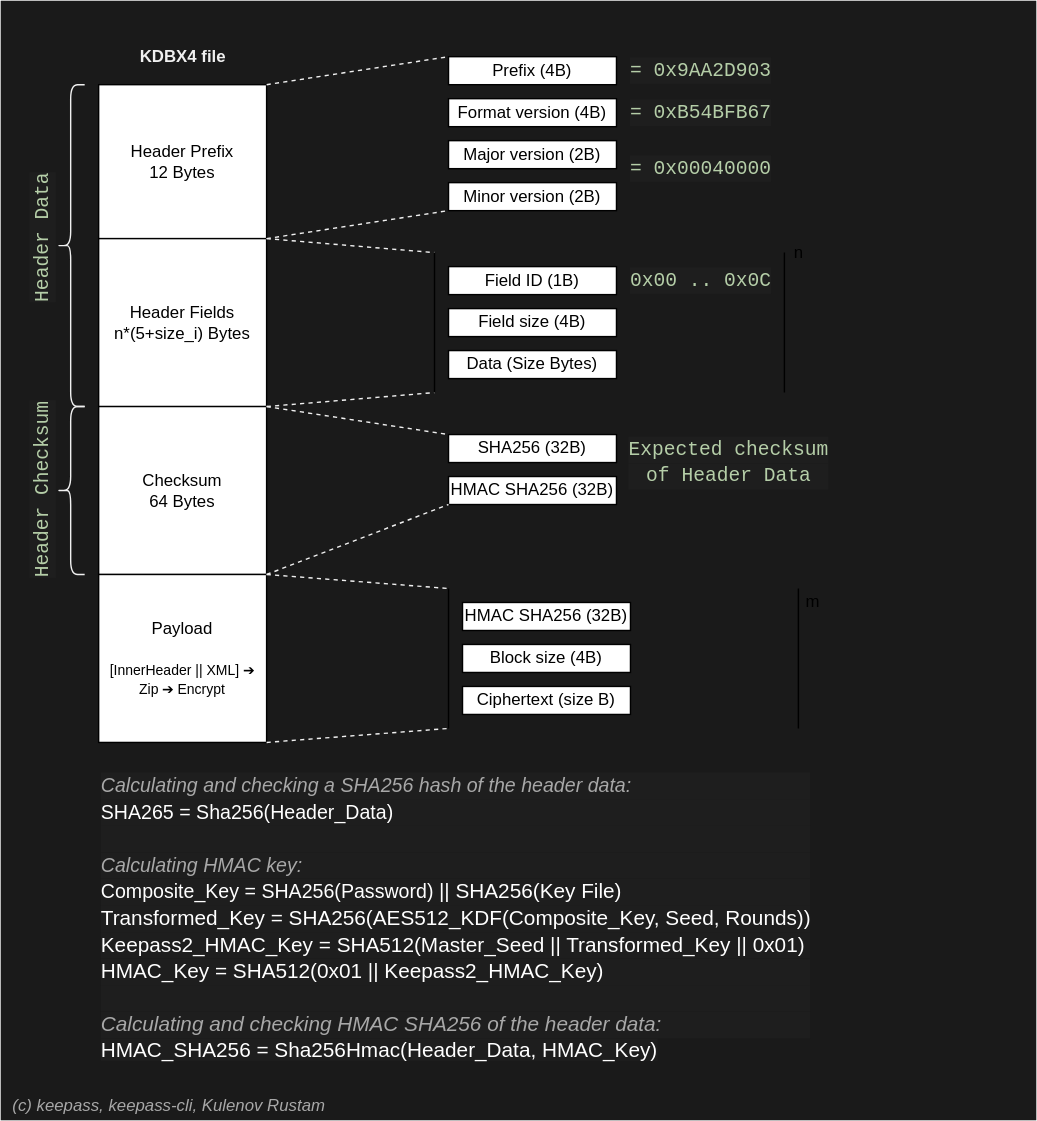
rustamkulenov/keepass-cli keeps this draw.io diagram as docs/kdbx4.drawio.svg. Above is the earlier version. Source tidied: cells renumbered, new cells last; positions are measured from the earlier drawing's top-left corner, leaving out a move shared by most shapes.
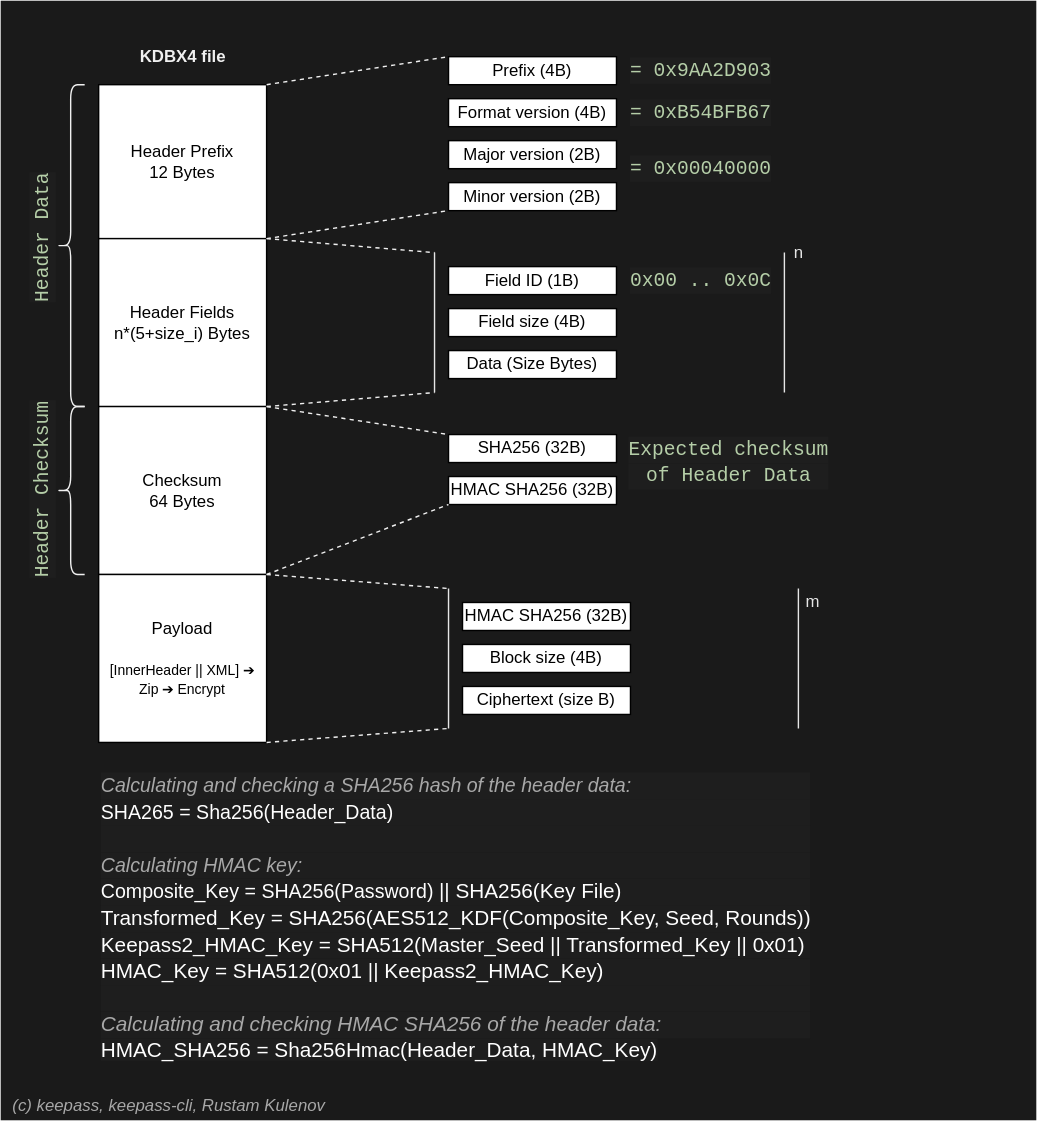
Above is the later version.

Change to the diagram source:
```diff
@@ -95,16 +95,16 @@
     <mxCell id="32" value="&lt;div style=&quot;color: rgb(212 , 212 , 212) ; background-color: rgb(30 , 30 , 30) ; font-family: &amp;#34;droid sans mono&amp;#34; , monospace , monospace , &amp;#34;droid sans fallback&amp;#34; ; font-size: 14px ; line-height: 19px&quot;&gt;&lt;span style=&quot;color: #b5cea8&quot;&gt;Header Checksum&lt;/span&gt;&lt;/div&gt;" style="text;html=1;align=center;verticalAlign=middle;strokeColor=none;rotation=-90;" parent="1" vertex="1">
       <mxGeometry y="340" width="140" height="20" as="geometry" />
     </mxCell>
-    <mxCell id="33" value="(c) keepass, keepass-cli, Kulenov Rustam" style="text;html=1;align=center;verticalAlign=middle;strokeColor=none;fontFamily=Helvetica;fontStyle=2;fontColor=#A8A8A8;" parent="1" vertex="1">
+    <mxCell id="33" value="(c) keepass, keepass-cli, Rustam Kulenov" style="text;html=1;align=center;verticalAlign=middle;strokeColor=none;fontFamily=Helvetica;fontStyle=2;fontColor=#A8A8A8;" parent="1" vertex="1">
       <mxGeometry x="40" y="780" width="240" height="20" as="geometry" />
     </mxCell>
-    <mxCell id="34" style="shape=partialRectangle;whiteSpace=wrap;html=1;bottom=0;top=0;fillColor=none;" parent="1" vertex="1">
+    <mxCell id="34" style="shape=partialRectangle;whiteSpace=wrap;html=1;bottom=0;top=0;fillColor=none;fontColor=#E6E6E6;strokeColor=#E6E6E6;" parent="1" vertex="1">
       <mxGeometry x="350" y="180" width="250" height="100" as="geometry" />
     </mxCell>
-    <mxCell id="35" value="n" style="text;html=1;align=center;verticalAlign=middle;strokeColor=none;" parent="1" vertex="1">
+    <mxCell id="35" value="n" style="text;html=1;align=center;verticalAlign=middle;strokeColor=none;fontColor=#E6E6E6;" parent="1" vertex="1">
       <mxGeometry x="600" y="170" width="20" height="20" as="geometry" />
     </mxCell>
-    <mxCell id="36" style="shape=partialRectangle;whiteSpace=wrap;html=1;bottom=0;top=0;fillColor=none;" parent="1" vertex="1">
+    <mxCell id="36" style="shape=partialRectangle;whiteSpace=wrap;html=1;bottom=0;top=0;fillColor=none;fontColor=#E6E6E6;strokeColor=#E6E6E6;" parent="1" vertex="1">
       <mxGeometry x="360" y="420" width="250" height="100" as="geometry" />
     </mxCell>
     <mxCell id="37" value="HMAC SHA256 (32B)" style="rounded=0;whiteSpace=wrap;html=1;" parent="1" vertex="1">
@@ -113,7 +113,7 @@
     <mxCell id="38" value="Block size (4B)" style="rounded=0;whiteSpace=wrap;html=1;" parent="1" vertex="1">
       <mxGeometry x="370" y="460" width="120" height="20" as="geometry" />
     </mxCell>
-    <mxCell id="39" value="m" style="text;html=1;align=center;verticalAlign=middle;strokeColor=none;" parent="1" vertex="1">
+    <mxCell id="39" value="m" style="text;html=1;align=center;verticalAlign=middle;strokeColor=none;fontColor=#E6E6E6;" parent="1" vertex="1">
       <mxGeometry x="605" y="420" width="30" height="20" as="geometry" />
     </mxCell>
     <mxCell id="40" style="endArrow=none;html=1;exitX=1;exitY=1;exitDx=0;exitDy=0;entryX=0;entryY=1;entryDx=0;entryDy=0;strokeColor=#F0F0F0;dashed=1;" parent="1" edge="1" source="6" target="36">
```
